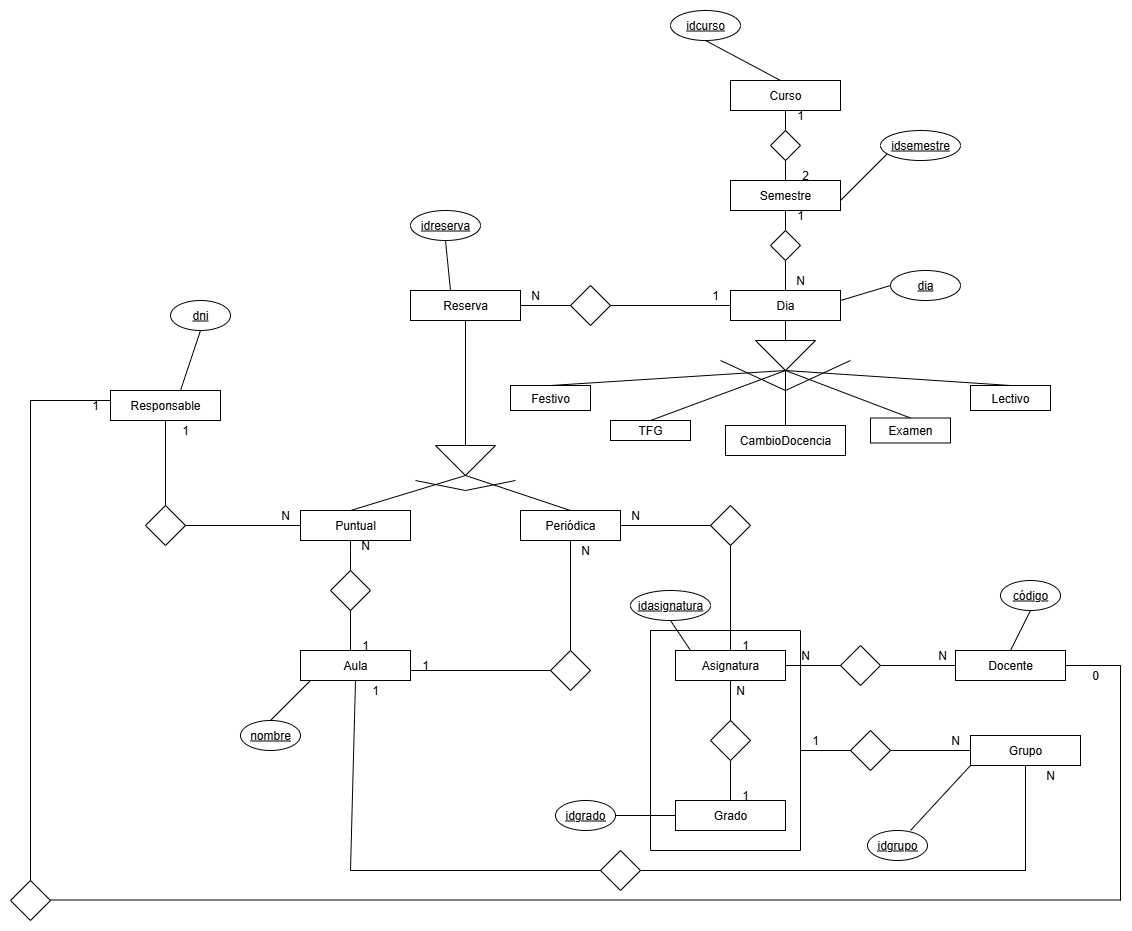
Before: doc/img/Diagrama e-r.png, a diagram exported from draw.io (rebecacuestaestepar/Trabajo-Fin-de-Grado-2025-2026). Source tidied: cells renumbered, new cells last; positions are measured from the earlier drawing's top-left corner, leaving out a move shared by most shapes.
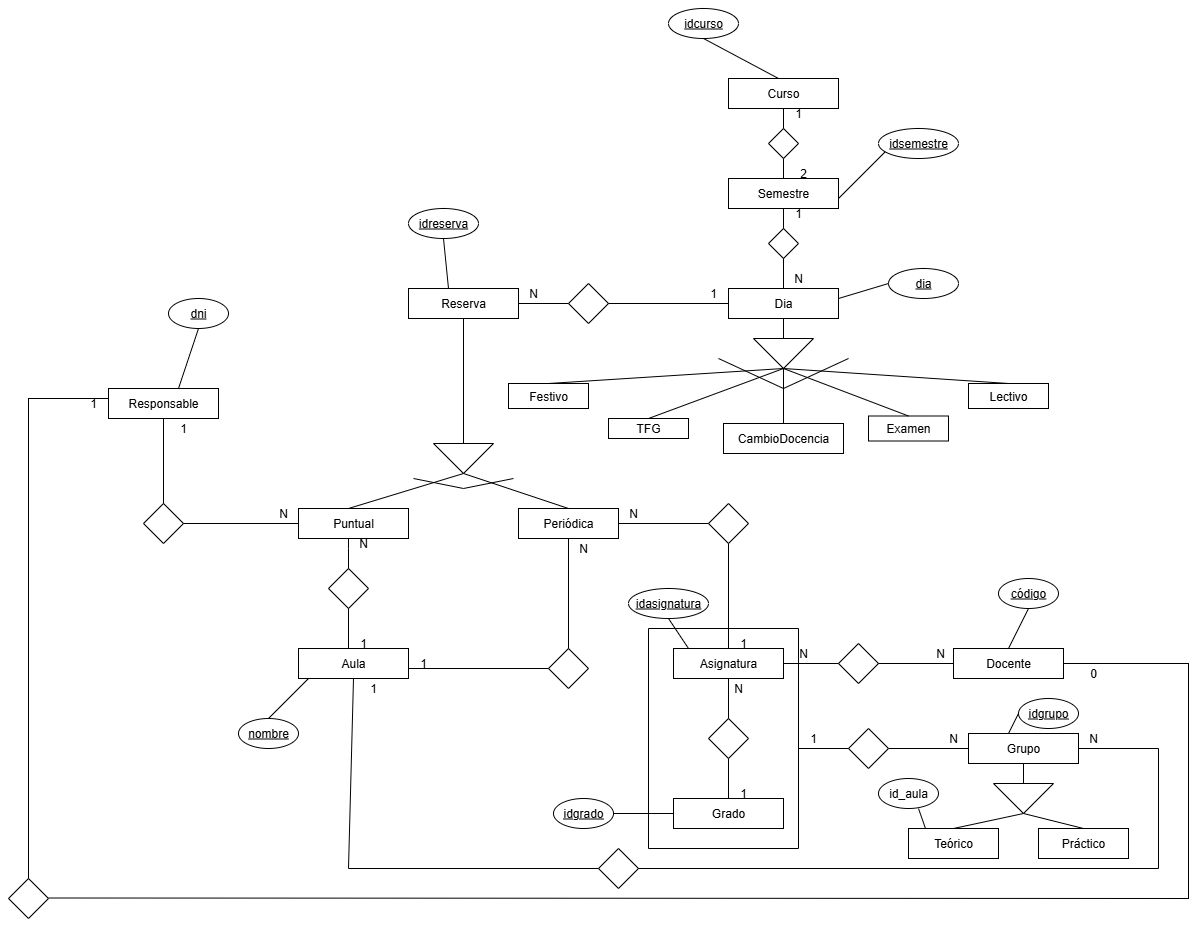
The same diagram one commit later.

Commit message:
Añadir relación ISA en los grupos con el atributo de diferenciación entre los grupos teóricos y los prácticos

The edit, as a diff of the source:
```diff
@@ -276,19 +276,19 @@
     </mxCell>
     <mxCell id="81" style="endArrow=none;html=1;rounded=0;exitX=1;exitY=0.5;exitDx=0;exitDy=0;" parent="1" edge="1" source="42">
       <mxGeometry relative="1" as="geometry">
-        <mxPoint x="1110" y="655" as="targetPoint" />
+        <mxPoint x="1180" y="655" as="targetPoint" />
       </mxGeometry>
     </mxCell>
     <mxCell id="82" style="endArrow=none;html=1;rounded=0;startSize=5;" parent="1" edge="1">
       <mxGeometry relative="1" as="geometry">
-        <mxPoint x="1110" y="890" as="sourcePoint" />
-        <mxPoint x="1110" y="654.5" as="targetPoint" />
+        <mxPoint x="1180" y="890.5" as="sourcePoint" />
+        <mxPoint x="1180" y="654.5" as="targetPoint" />
       </mxGeometry>
     </mxCell>
     <mxCell id="83" style="endArrow=none;html=1;rounded=0;" parent="1" edge="1">
       <mxGeometry relative="1" as="geometry">
         <mxPoint x="40" y="889.5" as="sourcePoint" />
-        <mxPoint x="1110" y="889.5" as="targetPoint" />
+        <mxPoint x="1180" y="890" as="targetPoint" />
       </mxGeometry>
     </mxCell>
     <mxCell id="84" style="rhombus;whiteSpace=wrap;html=1;" parent="1" vertex="1">
@@ -352,11 +352,11 @@
       <mxGeometry relative="1" as="geometry" />
     </mxCell>
     <mxCell id="100" value="&lt;u&gt;idgrupo&lt;/u&gt;" style="ellipse;whiteSpace=wrap;html=1;" parent="1" vertex="1">
-      <mxGeometry x="857" y="820" width="60" height="30" as="geometry" />
+      <mxGeometry x="1010" y="690" width="60" height="30" as="geometry" />
     </mxCell>
-    <mxCell id="101" style="endArrow=none;html=1;rounded=0;entryX=0;entryY=1;entryDx=0;entryDy=0;" parent="1" edge="1" target="76">
+    <mxCell id="101" style="endArrow=none;html=1;rounded=0;entryX=0;entryY=1;entryDx=0;entryDy=0;exitX=0;exitY=0.5;exitDx=0;exitDy=0;" parent="1" edge="1" source="100">
       <mxGeometry relative="1" as="geometry">
-        <mxPoint x="900" y="820" as="sourcePoint" />
+        <mxPoint x="1000" y="725" as="targetPoint" />
       </mxGeometry>
     </mxCell>
     <mxCell id="102" value="&lt;u&gt;idcurso&lt;/u&gt;" style="ellipse;whiteSpace=wrap;html=1;" parent="1" vertex="1">
@@ -421,15 +421,13 @@
     <mxCell id="114" style="rhombus;whiteSpace=wrap;html=1;" parent="1" vertex="1">
       <mxGeometry x="590" y="840" width="40" height="40" as="geometry" />
     </mxCell>
-    <mxCell id="115" style="endArrow=none;html=1;rounded=0;entryX=0.5;entryY=1;entryDx=0;entryDy=0;" parent="1" edge="1" target="76">
-      <mxGeometry relative="1" as="geometry">
-        <mxPoint x="1015" y="860" as="sourcePoint" />
-      </mxGeometry>
+    <mxCell id="115" style="endArrow=none;html=1;rounded=0;entryX=0.5;entryY=1;entryDx=0;entryDy=0;exitX=0;exitY=0.5;exitDx=0;exitDy=0;" parent="1" edge="1" source="121" target="76">
+      <mxGeometry relative="1" as="geometry" />
     </mxCell>
     <mxCell id="116" style="endArrow=none;html=1;rounded=0;" parent="1" edge="1">
       <mxGeometry relative="1" as="geometry">
         <mxPoint x="630" y="860" as="sourcePoint" />
-        <mxPoint x="1015.5" y="860" as="targetPoint" />
+        <mxPoint x="1150" y="860" as="targetPoint" />
       </mxGeometry>
     </mxCell>
     <mxCell id="117" style="endArrow=none;html=1;rounded=0;" parent="1" edge="1">
@@ -447,7 +445,42 @@
       <mxGeometry x="350" y="675" width="30" height="10" as="geometry" />
     </mxCell>
     <mxCell id="120" value="N" style="text;html=1;align=center;verticalAlign=middle;whiteSpace=wrap;rounded=0;" parent="1" vertex="1">
-      <mxGeometry x="1025" y="760" width="30" height="10" as="geometry" />
+      <mxGeometry x="1070" y="725" width="30" height="10" as="geometry" />
     </mxCell>
+    <mxCell id="121" style="triangle;whiteSpace=wrap;html=1;rotation=90;" parent="1" vertex="1">
+      <mxGeometry x="1000" y="760" width="30" height="60" as="geometry" />
+    </mxCell>
+    <mxCell id="122" value="Teórico" style="rounded=0;whiteSpace=wrap;html=1;" parent="1" vertex="1">
+      <mxGeometry x="900" y="820" width="90" height="30" as="geometry" />
+    </mxCell>
+    <mxCell id="123" value="Práctico" style="rounded=0;whiteSpace=wrap;html=1;" parent="1" vertex="1">
+      <mxGeometry x="1030" y="820" width="90" height="30" as="geometry" />
+    </mxCell>
+    <mxCell id="124" style="endArrow=none;html=1;rounded=0;entryX=1;entryY=0.5;entryDx=0;entryDy=0;exitX=0.5;exitY=0;exitDx=0;exitDy=0;" parent="1" edge="1" source="122" target="121">
+      <mxGeometry relative="1" as="geometry" />
+    </mxCell>
+    <mxCell id="125" style="endArrow=none;html=1;rounded=0;exitX=1;exitY=0.5;exitDx=0;exitDy=0;entryX=0.5;entryY=0;entryDx=0;entryDy=0;" parent="1" edge="1" source="121" target="123">
+      <mxGeometry relative="1" as="geometry" />
+    </mxCell>
+    <mxCell id="126" style="endArrow=none;html=1;rounded=0;" parent="1" edge="1">
+      <mxGeometry relative="1" as="geometry">
+        <mxPoint x="1150" y="860" as="sourcePoint" />
+        <mxPoint x="1150" y="740" as="targetPoint" />
+      </mxGeometry>
+    </mxCell>
+    <mxCell id="127" style="endArrow=none;html=1;rounded=0;exitX=1;exitY=0.5;exitDx=0;exitDy=0;" parent="1" edge="1" source="76">
+      <mxGeometry relative="1" as="geometry">
+        <mxPoint x="1150" y="740" as="targetPoint" />
+      </mxGeometry>
+    </mxCell>
+    <mxCell id="128" style="endArrow=none;html=1;rounded=0;" parent="1" edge="1">
+      <mxGeometry relative="1" as="geometry">
+        <mxPoint x="917" y="820" as="sourcePoint" />
+        <mxPoint x="910" y="800" as="targetPoint" />
+      </mxGeometry>
+    </mxCell>
+    <mxCell id="129" value="id_aula" style="ellipse;whiteSpace=wrap;html=1;" parent="1" vertex="1">
+      <mxGeometry x="870" y="770" width="60" height="30" as="geometry" />
+    </mxCell>
   </root>
 </mxGraphModel>
```
